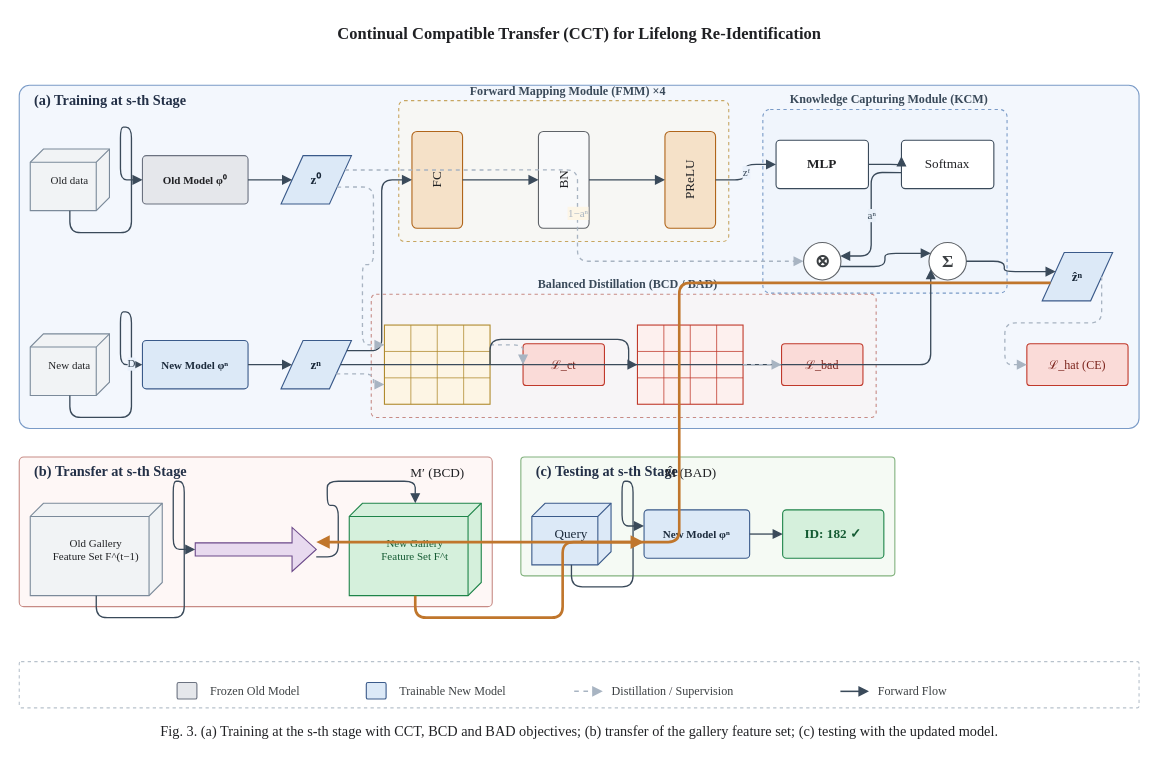
This is examples/multipanel_train.drawio from luesther655-dotcom/ccfa-arch-diagram, a draw.io file, before an edit. Source tidied: cells renumbered, new cells numbered last; positions are measured from the earlier drawing's top-left corner, leaving out a move shared by most shapes. Both pictures are drawn from the tidied source at 110%, with x=0, y=0 at pixel (19, 19).
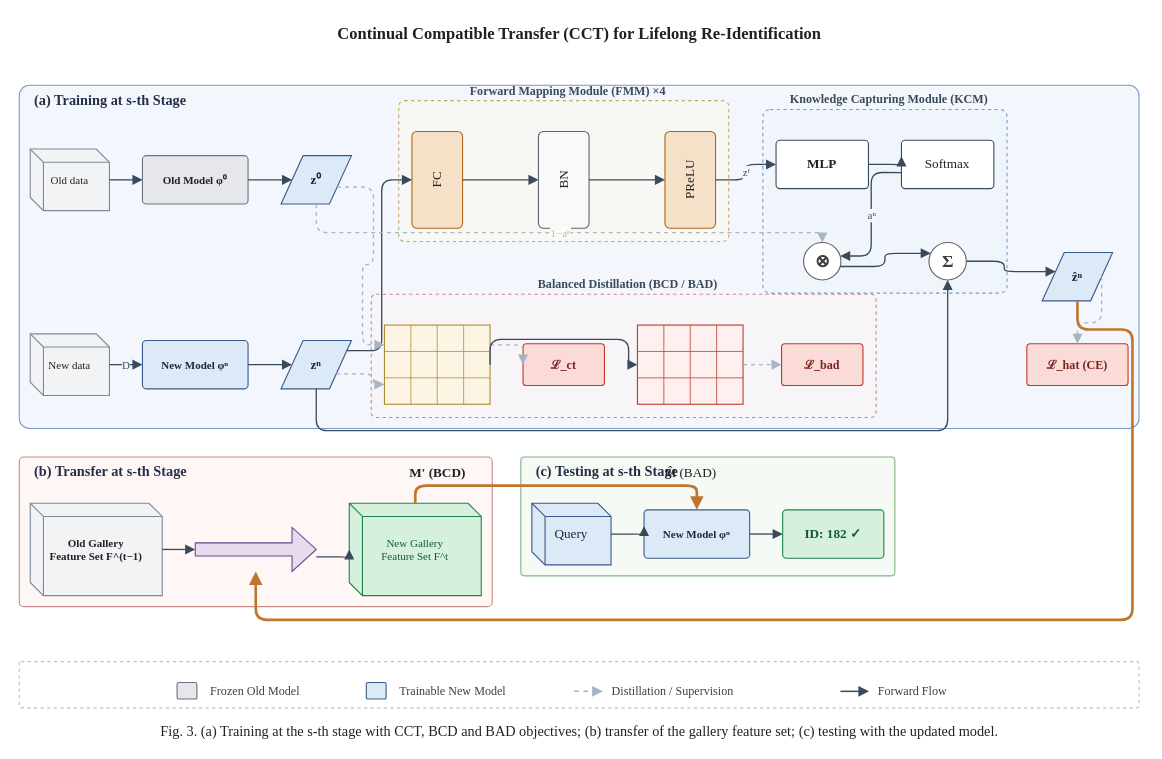
After the change.

The change refers to these unchanged cells:
```xml
<mxCell id="15" value="New Model φⁿ" style="rounded=1;arcSize=8;spacing=4;whiteSpace=wrap;html=1;fillColor=#DCE9F7;strokeColor=#3A5A8A;fontColor=#1B2A3B;fontFamily=Times New Roman;fontSize=10;fontStyle=1;verticalAlign=middle;align=center;" parent="1" vertex="1">
  <mxGeometry x="112" y="292" width="96" height="44" as="geometry" />
</mxCell>
<mxCell id="16" value="z⁰" style="shape=parallelogram;perimeter=parallelogramPerimeter;fixedSize=1;spacing=4;whiteSpace=wrap;html=1;fillColor=#DCE9F7;strokeColor=#3A5A8A;fontColor=#1B2A3B;fontFamily=Times New Roman;fontSize=12;fontStyle=1;verticalAlign=middle;align=center;" parent="1" vertex="1">
  <mxGeometry x="238" y="124" width="64" height="44" as="geometry" />
</mxCell>
<mxCell id="17" value="zⁿ" style="shape=parallelogram;perimeter=parallelogramPerimeter;fixedSize=1;spacing=4;whiteSpace=wrap;html=1;fillColor=#DCE9F7;strokeColor=#3A5A8A;fontColor=#1B2A3B;fontFamily=Times New Roman;fontSize=12;fontStyle=1;verticalAlign=middle;align=center;" parent="1" vertex="1">
  <mxGeometry x="238" y="292" width="64" height="44" as="geometry" />
</mxCell>
<mxCell id="20" value="PReLU" style="rounded=1;arcSize=10;spacing=3;horizontal=0;whiteSpace=wrap;html=1;fillColor=#F5E1C8;strokeColor=#B0651A;fontColor=#202124;fontFamily=Times New Roman;fontSize=12;verticalAlign=middle;align=center;" parent="1" vertex="1">
  <mxGeometry x="587" y="102" width="46" height="88" as="geometry" />
</mxCell>
<mxCell id="21" value="MLP" style="rounded=1;arcSize=8;spacing=4;whiteSpace=wrap;html=1;fillColor=#FFFFFF;strokeColor=#3A4A5A;fontColor=#202124;fontFamily=Times New Roman;fontSize=12;fontStyle=1;verticalAlign=middle;align=center;" parent="1" vertex="1">
  <mxGeometry x="688" y="110" width="84" height="44" as="geometry" />
</mxCell>
<mxCell id="22" value="Softmax" style="rounded=1;arcSize=8;spacing=4;whiteSpace=wrap;html=1;fillColor=#FFFFFF;strokeColor=#3A4A5A;fontColor=#202124;fontFamily=Times New Roman;fontSize=12;verticalAlign=middle;align=center;" parent="1" vertex="1">
  <mxGeometry x="802" y="110" width="84" height="44" as="geometry" />
</mxCell>
<mxCell id="23" value="⊗" style="ellipse;fillColor=#FFFFFF;strokeColor=#5F6368;fontColor=#3C4043;fontFamily=Times New Roman;fontSize=16;fontStyle=1;html=1;verticalAlign=middle;align=center;" parent="1" vertex="1">
  <mxGeometry x="713" y="203" width="34" height="34" as="geometry" />
</mxCell>
<mxCell id="24" value="Σ" style="ellipse;fillColor=#FFFFFF;strokeColor=#5F6368;fontColor=#3C4043;fontFamily=Times New Roman;fontSize=16;fontStyle=1;html=1;verticalAlign=middle;align=center;" parent="1" vertex="1">
  <mxGeometry x="827" y="203" width="34" height="34" as="geometry" />
</mxCell>
<mxCell id="25" value="ẑⁿ" style="shape=parallelogram;perimeter=parallelogramPerimeter;fixedSize=1;spacing=4;whiteSpace=wrap;html=1;fillColor=#DCE9F7;strokeColor=#3A5A8A;fontColor=#1B2A3B;fontFamily=Times New Roman;fontSize=12;fontStyle=1;verticalAlign=middle;align=center;" parent="1" vertex="1">
  <mxGeometry x="930" y="212" width="64" height="44" as="geometry" />
</mxCell>
<mxCell id="42" style="shape=singleArrow;direction=east;spacing=2;whiteSpace=wrap;html=1;fillColor=#E8DAEF;strokeColor=#6C4A8A;fontColor=#3A2560;fontFamily=Times New Roman;fontSize=12;verticalAlign=middle;align=center;" parent="1" vertex="1">
  <mxGeometry x="160" y="462" width="110" height="40" as="geometry" />
</mxCell>
<mxCell id="45" value="New Model φⁿ" style="rounded=1;arcSize=8;spacing=4;whiteSpace=wrap;html=1;fillColor=#DCE9F7;strokeColor=#3A5A8A;fontColor=#1B2A3B;fontFamily=Times New Roman;fontSize=10;fontStyle=1;verticalAlign=middle;align=center;" parent="1" vertex="1">
  <mxGeometry x="568" y="446" width="96" height="44" as="geometry" />
</mxCell>
```

What changed in the source:
```diff
@@
-    <mxCell id="12" value="Old data" style="shape=cube;size=12;direction=south;spacing=4;whiteSpace=wrap;html=1;fillColor=#F1F3F5;strokeColor=#7B8A9A;fontColor=#202124;fontFamily=Times New Roman;fontSize=10;verticalAlign=middle;align=center;" parent="1" vertex="1">
+    <mxCell id="12" value="Old data" style="shape=cube;size=12;spacing=4;whiteSpace=wrap;html=1;fillColor=#F1F3F5;strokeColor=#7B8A9A;fontColor=#202124;fontFamily=Times New Roman;fontSize=10;verticalAlign=middle;align=center;" parent="1" vertex="1">
       <mxGeometry x="10" y="118" width="72" height="56" as="geometry" />
     </mxCell>
-    <mxCell id="13" value="New data" style="shape=cube;size=12;direction=south;spacing=4;whiteSpace=wrap;html=1;fillColor=#F1F3F5;strokeColor=#7B8A9A;fontColor=#202124;fontFamily=Times New Roman;fontSize=10;verticalAlign=middle;align=center;" parent="1" vertex="1">
+    <mxCell id="13" value="New data" style="shape=cube;size=12;spacing=4;whiteSpace=wrap;html=1;fillColor=#F1F3F5;strokeColor=#7B8A9A;fontColor=#202124;fontFamily=Times New Roman;fontSize=10;verticalAlign=middle;align=center;" parent="1" vertex="1">
       <mxGeometry x="10" y="286" width="72" height="56" as="geometry" />
     </mxCell>
@@
-    <mxCell id="26" value="M′  (BCD)" style="rounded=0;html=1;fillColor=#FDF5E4;strokeColor=#B08A2E;fontColor=#202124;fontFamily=Times New Roman;fontSize=12;labelPosition=center;verticalLabelPosition=bottom;align=center;verticalAlign=bottom;" parent="1" vertex="1">
+    <mxCell id="26" value="M′  (BCD)" style="rounded=0;html=1;fillColor=#FDF5E4;strokeColor=#B08A2E;fontColor=#202124;fontFamily=Times New Roman;fontSize=12;labelPosition=center;verticalLabelPosition=bottom;align=center;verticalAlign=bottom;fontStyle=1;" parent="1" vertex="1">
       <mxGeometry x="332" y="278" width="96" height="72" as="geometry" />
     </mxCell>
@@
-    <mxCell id="32" value="ℒ_ct" style="rounded=1;arcSize=8;spacing=4;whiteSpace=wrap;html=1;fillColor=#FADBD8;strokeColor=#C0392B;fontColor=#7B241C;fontFamily=Times New Roman;fontSize=11;verticalAlign=middle;align=center;" parent="1" vertex="1">
+    <mxCell id="32" value="ℒ_ct" style="rounded=1;arcSize=8;spacing=4;whiteSpace=wrap;html=1;fillColor=#FADBD8;strokeColor=#C0392B;fontColor=#7B241C;fontFamily=Times New Roman;fontSize=11;verticalAlign=middle;align=center;fontStyle=1;" parent="1" vertex="1">
       <mxGeometry x="458" y="295" width="74" height="38" as="geometry" />
     </mxCell>
@@
-    <mxCell id="39" value="ℒ_bad" style="rounded=1;arcSize=8;spacing=4;whiteSpace=wrap;html=1;fillColor=#FADBD8;strokeColor=#C0392B;fontColor=#7B241C;fontFamily=Times New Roman;fontSize=11;verticalAlign=middle;align=center;" parent="1" vertex="1">
+    <mxCell id="39" value="ℒ_bad" style="rounded=1;arcSize=8;spacing=4;whiteSpace=wrap;html=1;fillColor=#FADBD8;strokeColor=#C0392B;fontColor=#7B241C;fontFamily=Times New Roman;fontSize=11;verticalAlign=middle;align=center;fontStyle=1;" parent="1" vertex="1">
       <mxGeometry x="693" y="295" width="74" height="38" as="geometry" />
     </mxCell>
-    <mxCell id="40" value="ℒ_hat (CE)" style="rounded=1;arcSize=8;spacing=4;whiteSpace=wrap;html=1;fillColor=#FADBD8;strokeColor=#C0392B;fontColor=#7B241C;fontFamily=Times New Roman;fontSize=11;verticalAlign=middle;align=center;" parent="1" vertex="1">
+    <mxCell id="40" value="ℒ_hat (CE)" style="rounded=1;arcSize=8;spacing=4;whiteSpace=wrap;html=1;fillColor=#FADBD8;strokeColor=#C0392B;fontColor=#7B241C;fontFamily=Times New Roman;fontSize=11;verticalAlign=middle;align=center;fontStyle=1;" parent="1" vertex="1">
       <mxGeometry x="916" y="295" width="92" height="38" as="geometry" />
     </mxCell>
-    <mxCell id="41" value="Old Gallery&#10;Feature Set F^(t−1)" style="shape=cube;size=12;direction=south;spacing=4;whiteSpace=wrap;html=1;fillColor=#F1F3F5;strokeColor=#7B8A9A;fontColor=#202124;fontFamily=Times New Roman;fontSize=10;verticalAlign=middle;align=center;" parent="1" vertex="1">
+    <mxCell id="41" value="Old Gallery&#10;Feature Set F^(t−1)" style="shape=cube;size=12;spacing=4;whiteSpace=wrap;html=1;fillColor=#F1F3F5;strokeColor=#7B8A9A;fontColor=#202124;fontFamily=Times New Roman;fontSize=10;verticalAlign=middle;align=center;fontStyle=1;" parent="1" vertex="1">
       <mxGeometry x="10" y="440" width="120" height="84" as="geometry" />
     </mxCell>
@@
-    <mxCell id="43" value="New Gallery&#10;Feature Set F^t" style="shape=cube;size=12;direction=south;spacing=4;whiteSpace=wrap;html=1;fillColor=#D5F0DC;strokeColor=#1E8449;fontColor=#145A32;fontFamily=Times New Roman;fontSize=10;verticalAlign=middle;align=center;" parent="1" vertex="1">
+    <mxCell id="43" value="New Gallery&#10;Feature Set F^t" style="shape=cube;size=12;spacing=4;whiteSpace=wrap;html=1;fillColor=#D5F0DC;strokeColor=#1E8449;fontColor=#145A32;fontFamily=Times New Roman;fontSize=10;verticalAlign=middle;align=center;" parent="1" vertex="1">
       <mxGeometry x="300" y="440" width="120" height="84" as="geometry" />
     </mxCell>
-    <mxCell id="44" value="Query" style="shape=cube;size=12;direction=south;spacing=4;whiteSpace=wrap;html=1;fillColor=#DCE9F7;strokeColor=#3A5A8A;fontColor=#1B2A3B;fontFamily=Times New Roman;fontSize=12;verticalAlign=middle;align=center;" parent="1" vertex="1">
+    <mxCell id="44" value="Query" style="shape=cube;size=12;spacing=4;whiteSpace=wrap;html=1;fillColor=#DCE9F7;strokeColor=#3A5A8A;fontColor=#1B2A3B;fontFamily=Times New Roman;fontSize=12;verticalAlign=middle;align=center;" parent="1" vertex="1">
       <mxGeometry x="466" y="440" width="72" height="56" as="geometry" />
     </mxCell>
@@
-    <mxCell id="48" value="D" style="edgeStyle=orthogonalEdgeStyle;rounded=1;jettySize=auto;html=1;strokeColor=#3A4A5A;strokeWidth=1.2;endArrow=block;endFill=1;exitX=1;exitY=0.500;exitDx=0;exitDy=0;entryX=0;entryY=0.500;entryDx=0;entryDy=0;fontSize=10;fontColor=#3A4A5A;fontFamily=Times New Roman;labelBackgroundColor=#E9F1FB;" parent="1" edge="1" source="13" target="15">
+    <mxCell id="48" value="D" style="edgeStyle=orthogonalEdgeStyle;rounded=1;jettySize=auto;html=1;strokeColor=#3A4A5A;strokeWidth=1.2;endArrow=block;endFill=1;exitX=1;exitY=0.500;exitDx=0;exitDy=0;entryX=0;entryY=0.500;entryDx=0;entryDy=0;fontSize=10;fontColor=#3A4A5A;fontFamily=Times New Roman;labelBackgroundColor=#F2F7FC;" parent="1" edge="1" source="13" target="15">
       <mxGeometry relative="1" as="geometry" />
     </mxCell>
@@
-    <mxCell id="54" value="zᶠ" style="edgeStyle=orthogonalEdgeStyle;rounded=1;jettySize=auto;html=1;strokeColor=#3A4A5A;strokeWidth=1.2;endArrow=block;endFill=1;exitX=1;exitY=0.500;exitDx=0;exitDy=0;entryX=0;entryY=0.500;entryDx=0;entryDy=0;fontSize=10;fontColor=#3A4A5A;fontFamily=Times New Roman;labelBackgroundColor=#E9F1FB;" parent="1" edge="1" source="20" target="21">
+    <mxCell id="54" value="zᶠ" style="edgeStyle=orthogonalEdgeStyle;rounded=1;jettySize=auto;html=1;strokeColor=#3A4A5A;strokeWidth=1.2;endArrow=block;endFill=1;exitX=1;exitY=0.500;exitDx=0;exitDy=0;entryX=0;entryY=0.500;entryDx=0;entryDy=0;fontSize=10;fontColor=#3A4A5A;fontFamily=Times New Roman;labelBackgroundColor=#F2F7FC;" parent="1" edge="1" source="20" target="21">
       <mxGeometry relative="1" as="geometry" />
     </mxCell>
@@
-    <mxCell id="56" value="aⁿ" style="edgeStyle=orthogonalEdgeStyle;rounded=1;jettySize=auto;html=1;strokeColor=#3A4A5A;strokeWidth=1.2;endArrow=block;endFill=1;exitX=0.000;exitY=0.667;exitDx=0;exitDy=0;entryX=1.000;entryY=0.333;entryDx=0;entryDy=0;fontSize=10;fontColor=#3A4A5A;fontFamily=Times New Roman;labelBackgroundColor=#EAF1F9;" parent="1" edge="1" source="22" target="23">
+    <mxCell id="56" value="aⁿ" style="edgeStyle=orthogonalEdgeStyle;rounded=1;jettySize=auto;html=1;strokeColor=#3A4A5A;strokeWidth=1.2;endArrow=block;endFill=1;exitX=0.000;exitY=0.667;exitDx=0;exitDy=0;entryX=1.000;entryY=0.333;entryDx=0;entryDy=0;fontSize=10;fontColor=#3A4A5A;fontFamily=Times New Roman;labelBackgroundColor=#F6F9FC;" parent="1" edge="1" source="22" target="23">
       <mxGeometry relative="1" as="geometry" />
     </mxCell>
-    <mxCell id="57" value="1−aⁿ" style="edgeStyle=orthogonalEdgeStyle;rounded=1;jettySize=auto;html=1;strokeColor=#A8B4C2;strokeWidth=1.2;dashed=1;endArrow=block;endFill=1;exitX=1;exitY=0.250;exitDx=0;exitDy=0;entryX=0;entryY=0.500;entryDx=0;entryDy=0;fontSize=10;fontColor=#A8B4C2;fontFamily=Times New Roman;labelBackgroundColor=#FDF6E7;" parent="1" edge="1" source="16" target="23">
-      <mxGeometry relative="1" as="geometry" />
+    <mxCell id="57" value="1−aⁿ" style="edgeStyle=orthogonalEdgeStyle;rounded=1;jettySize=auto;html=1;strokeColor=#A8B4C2;strokeWidth=1.2;dashed=1;endArrow=block;endFill=1;fontSize=10;fontColor=#A8B4C2;fontFamily=Times New Roman;labelBackgroundColor=#FEFBF5;exitX=0.5;exitY=1;exitDx=0;exitDy=0;entryX=0.5;entryY=0;entryDx=0;entryDy=0;" parent="1" edge="1" source="16" target="23">
+      <mxGeometry relative="1" as="geometry">
+        <Array as="points">
+          <mxPoint x="270" y="194" />
+          <mxPoint x="730" y="194" />
+        </Array>
+      </mxGeometry>
     </mxCell>
@@
-    <mxCell id="59" style="edgeStyle=orthogonalEdgeStyle;rounded=1;jettySize=auto;html=1;strokeColor=#3A4A5A;strokeWidth=1.2;endArrow=block;endFill=1;exitX=1;exitY=0.500;exitDx=0;exitDy=0;entryX=0;entryY=0.750;entryDx=0;entryDy=0;fontSize=10;fontColor=#3A4A5A;fontFamily=Times New Roman;labelBackgroundColor=#FFFFFF;" parent="1" edge="1" source="17" target="24">
-      <mxGeometry relative="1" as="geometry" />
+    <mxCell id="59" style="edgeStyle=orthogonalEdgeStyle;rounded=1;jettySize=auto;html=1;strokeColor=#3A4A5A;strokeWidth=1.2;endArrow=block;endFill=1;fontSize=10;fontColor=#3A4A5A;fontFamily=Times New Roman;labelBackgroundColor=#FFFFFF;exitX=0.5;exitY=1;exitDx=0;exitDy=0;entryX=0.5;entryY=1;entryDx=0;entryDy=0;" parent="1" edge="1" source="17" target="24">
+      <mxGeometry relative="1" as="geometry">
+        <Array as="points">
+          <mxPoint x="270" y="374" />
+          <mxPoint x="844" y="374" />
+        </Array>
+      </mxGeometry>
     </mxCell>
@@
-    <mxCell id="66" style="edgeStyle=orthogonalEdgeStyle;rounded=1;jettySize=auto;html=1;strokeColor=#A8B4C2;strokeWidth=1.2;dashed=1;endArrow=block;endFill=1;exitX=1;exitY=0.500;exitDx=0;exitDy=0;entryX=0;entryY=0.500;entryDx=0;entryDy=0;fontSize=10;fontColor=#A8B4C2;fontFamily=Times New Roman;labelBackgroundColor=#FFFFFF;" parent="1" edge="1" source="25" target="40">
+    <mxCell id="66" style="edgeStyle=orthogonalEdgeStyle;rounded=1;jettySize=auto;html=1;strokeColor=#A8B4C2;strokeWidth=1.2;dashed=1;endArrow=block;endFill=1;exitX=1;exitY=0.500;exitDx=0;exitDy=0;fontSize=10;fontColor=#A8B4C2;fontFamily=Times New Roman;labelBackgroundColor=#FFFFFF;entryX=0.5;entryY=0;entryDx=0;entryDy=0;" parent="1" edge="1" source="25" target="40">
       <mxGeometry relative="1" as="geometry" />
     </mxCell>
@@
-    <mxCell id="71" style="edgeStyle=orthogonalEdgeStyle;rounded=1;jettySize=auto;html=1;strokeColor=#C0762C;strokeWidth=2.4;endArrow=block;endFill=1;exitX=0.000;exitY=0.667;exitDx=0;exitDy=0;entryX=1.000;entryY=0.333;entryDx=0;entryDy=0;fontSize=10;fontColor=#C0762C;fontFamily=Times New Roman;labelBackgroundColor=#FFFFFF;" parent="1" edge="1" source="25" target="42">
-      <mxGeometry relative="1" as="geometry" />
+    <mxCell id="71" style="edgeStyle=orthogonalEdgeStyle;rounded=1;jettySize=auto;html=1;strokeColor=#C0762C;strokeWidth=2.4;endArrow=block;endFill=1;fontSize=10;fontColor=#C0762C;fontFamily=Times New Roman;labelBackgroundColor=#FFFFFF;exitX=0.5;exitY=1;exitDx=0;exitDy=0;entryX=0.5;entryY=1;entryDx=0;entryDy=0;" parent="1" edge="1" source="25" target="42">
+      <mxGeometry relative="1" as="geometry">
+        <Array as="points">
+          <mxPoint x="962" y="282" />
+          <mxPoint x="1012" y="282" />
+          <mxPoint x="1012" y="546" />
+          <mxPoint x="215" y="546" />
+        </Array>
+      </mxGeometry>
     </mxCell>
-    <mxCell id="72" style="edgeStyle=orthogonalEdgeStyle;rounded=1;jettySize=auto;html=1;strokeColor=#C0762C;strokeWidth=2.4;endArrow=block;endFill=1;exitX=1;exitY=0.500;exitDx=0;exitDy=0;entryX=0.000;entryY=0.667;entryDx=0;entryDy=0;fontSize=10;fontColor=#C0762C;fontFamily=Times New Roman;labelBackgroundColor=#FFFFFF;" parent="1" edge="1" source="43" target="45">
-      <mxGeometry relative="1" as="geometry" />
+    <mxCell id="72" style="edgeStyle=orthogonalEdgeStyle;rounded=1;jettySize=auto;html=1;strokeColor=#C0762C;strokeWidth=2.4;endArrow=block;endFill=1;fontSize=10;fontColor=#C0762C;fontFamily=Times New Roman;labelBackgroundColor=#FFFFFF;exitX=0.5;exitY=0;exitDx=0;exitDy=0;entryX=0.5;entryY=0;entryDx=0;entryDy=0;" parent="1" edge="1" source="43" target="45">
+      <mxGeometry relative="1" as="geometry">
+        <Array as="points">
+          <mxPoint x="360" y="424" />
+          <mxPoint x="616" y="424" />
+        </Array>
+      </mxGeometry>
     </mxCell>
```
